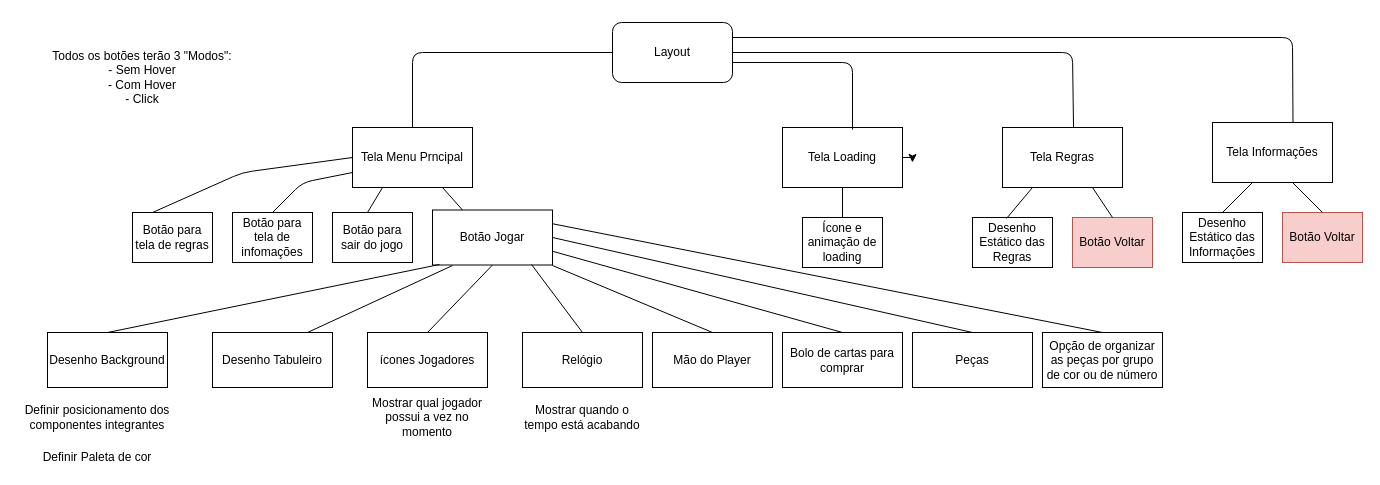
Before: Arquivos de gestão/Interface/EAP Interface.drawio in marcosousa-uff/Rummikuff, a draw.io diagram. Source tidied: cells renumbered, new cells numbered last; positions are measured from the earlier drawing's top-left corner, leaving out a move shared by most shapes. Both pictures are drawn from the tidied source at 100%, with x=0, y=0 at pixel (17, 17).
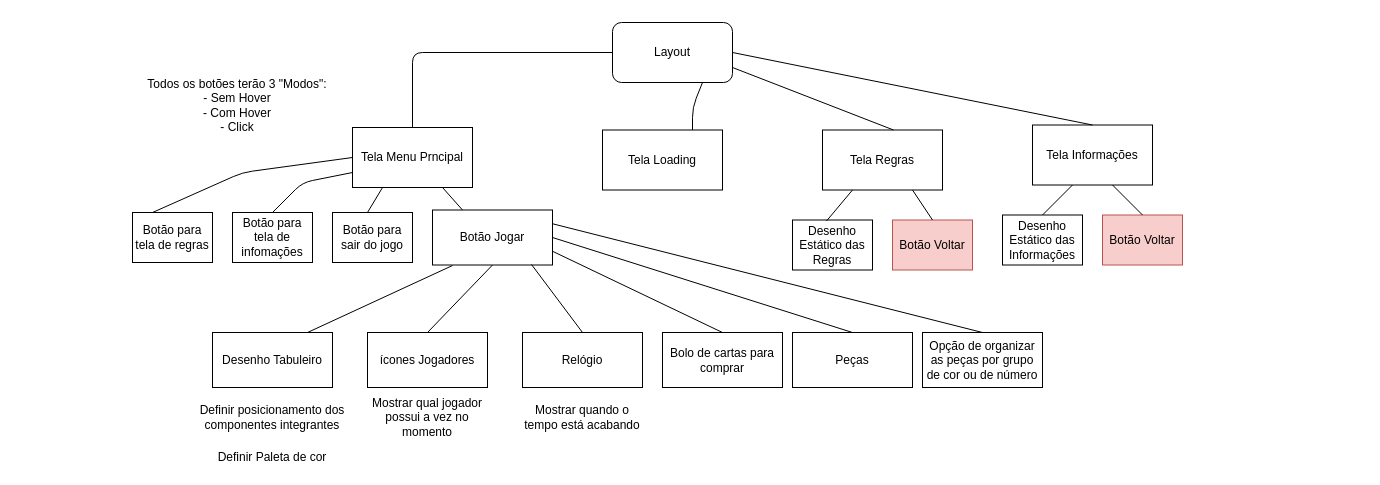
Above is the later version.

The change refers to these unchanged cells:
```xml
<mxCell id="2" value="Layout&lt;br&gt;" style="rounded=1;whiteSpace=wrap;html=1;" parent="1" vertex="1">
  <mxGeometry x="595" y="5" width="120" height="60" as="geometry" />
</mxCell>
<mxCell id="15" value="Botão Jogar&lt;br&gt;" style="rounded=0;whiteSpace=wrap;html=1;" parent="1" vertex="1">
  <mxGeometry x="415" y="192.5" width="120" height="55" as="geometry" />
</mxCell>
```

Change to the diagram source:
```diff
@@
     <mxCell id="4" value="Tela Loading" style="rounded=0;whiteSpace=wrap;html=1;" parent="1" vertex="1">
-      <mxGeometry x="765" y="110" width="120" height="60" as="geometry" />
+      <mxGeometry x="585" y="112.5" width="120" height="60" as="geometry" />
     </mxCell>
     <mxCell id="5" value="Tela Regras" style="rounded=0;whiteSpace=wrap;html=1;" parent="1" vertex="1">
-      <mxGeometry x="985" y="110" width="120" height="60" as="geometry" />
+      <mxGeometry x="805" y="112.5" width="120" height="60" as="geometry" />
     </mxCell>
     <mxCell id="6" value="Tela Informações" style="rounded=0;whiteSpace=wrap;html=1;" parent="1" vertex="1">
-      <mxGeometry x="1195" y="105" width="120" height="60" as="geometry" />
+      <mxGeometry x="1015" y="107.5" width="120" height="60" as="geometry" />
     </mxCell>
     <mxCell id="7" value="Desenho Estático das Informações&lt;br&gt;" style="rounded=0;whiteSpace=wrap;html=1;" parent="1" vertex="1">
-      <mxGeometry x="1165" y="195" width="80" height="50" as="geometry" />
+      <mxGeometry x="985" y="197.5" width="80" height="50" as="geometry" />
     </mxCell>
     <mxCell id="8" value="Botão Voltar&lt;br&gt;" style="rounded=0;whiteSpace=wrap;html=1;fillColor=#f8cecc;strokeColor=#b85450;" parent="1" vertex="1">
-      <mxGeometry x="1265" y="195" width="80" height="50" as="geometry" />
+      <mxGeometry x="1085" y="197.5" width="80" height="50" as="geometry" />
     </mxCell>
     <mxCell id="9" value="Desenho Estático das Regras&lt;br&gt;" style="rounded=0;whiteSpace=wrap;html=1;" parent="1" vertex="1">
-      <mxGeometry x="955" y="200" width="80" height="50" as="geometry" />
+      <mxGeometry x="775" y="202.5" width="80" height="50" as="geometry" />
     </mxCell>
     <mxCell id="10" value="Botão Voltar&lt;br&gt;" style="rounded=0;whiteSpace=wrap;html=1;fillColor=#f8cecc;strokeColor=#b85450;" parent="1" vertex="1">
-      <mxGeometry x="1055" y="200" width="80" height="50" as="geometry" />
+      <mxGeometry x="875" y="202.5" width="80" height="50" as="geometry" />
     </mxCell>
-    <mxCell id="11" value="Ícone e animação de loading&lt;br&gt;" style="rounded=0;whiteSpace=wrap;html=1;" parent="1" vertex="1">
-      <mxGeometry x="785" y="200" width="80" height="50" as="geometry" />
-    </mxCell>
@@
-    <mxCell id="19" value="Mão do Player&lt;br&gt;" style="rounded=0;whiteSpace=wrap;html=1;" parent="1" vertex="1">
-      <mxGeometry x="635" y="315" width="120" height="55" as="geometry" />
-    </mxCell>
     <mxCell id="20" value="Bolo de cartas para comprar&lt;br&gt;" style="rounded=0;whiteSpace=wrap;html=1;" parent="1" vertex="1">
-      <mxGeometry x="765" y="315" width="120" height="55" as="geometry" />
+      <mxGeometry x="645" y="315" width="120" height="55" as="geometry" />
     </mxCell>
-    <mxCell id="21" value="Desenho Background&lt;br&gt;" style="rounded=0;whiteSpace=wrap;html=1;" parent="1" vertex="1">
-      <mxGeometry x="30" y="315" width="120" height="55" as="geometry" />
-    </mxCell>
     <mxCell id="22" value="Peças&lt;br&gt;" style="rounded=0;whiteSpace=wrap;html=1;" parent="1" vertex="1">
-      <mxGeometry x="895" y="315" width="120" height="55" as="geometry" />
+      <mxGeometry x="775" y="315" width="120" height="55" as="geometry" />
     </mxCell>
@@
-    <mxCell id="24" style="endArrow=none;html=1;" parent="1" edge="1">
+    <mxCell id="24" style="endArrow=none;html=1;exitX=0.75;exitY=0;exitDx=0;exitDy=0;entryX=0.75;entryY=1;entryDx=0;entryDy=0;" parent="1" edge="1" source="4" target="2">
       <mxGeometry relative="1" as="geometry">
-        <mxPoint x="835" y="112" as="sourcePoint" />
-        <mxPoint x="715" y="45" as="targetPoint" />
         <Array as="points">
-          <mxPoint x="835" y="45" />
+          <mxPoint x="675" y="90" />
         </Array>
       </mxGeometry>
     </mxCell>
-    <mxCell id="25" style="endArrow=none;html=1;exitX=0.592;exitY=0;exitDx=0;exitDy=0;exitPerimeter=0;entryX=1;entryY=0.5;entryDx=0;entryDy=0;" parent="1" edge="1" source="5" target="2">
-      <mxGeometry relative="1" as="geometry">
-        <Array as="points">
-          <mxPoint x="1055" y="35" />
-        </Array>
-      </mxGeometry>
+    <mxCell id="25" style="endArrow=none;html=1;exitX=0.592;exitY=0;exitDx=0;exitDy=0;exitPerimeter=0;entryX=1;entryY=0.75;entryDx=0;entryDy=0;" parent="1" edge="1" source="5" target="2">
+      <mxGeometry relative="1" as="geometry" />
     </mxCell>
-    <mxCell id="26" style="endArrow=none;html=1;exitX=0.592;exitY=0;exitDx=0;exitDy=0;exitPerimeter=0;entryX=1;entryY=0.25;entryDx=0;entryDy=0;" parent="1" edge="1" target="2">
-      <mxGeometry relative="1" as="geometry">
-        <mxPoint x="1275.5" y="105" as="sourcePoint" />
-        <Array as="points">
-          <mxPoint x="1275" y="20" />
-        </Array>
-      </mxGeometry>
+    <mxCell id="26" style="endArrow=none;html=1;exitX=0.5;exitY=0;exitDx=0;exitDy=0;entryX=1;entryY=0.5;entryDx=0;entryDy=0;" parent="1" edge="1" source="6" target="2">
+      <mxGeometry relative="1" as="geometry" />
     </mxCell>
-    <mxCell id="27" style="endArrow=none;html=1;exitX=0.5;exitY=0;exitDx=0;exitDy=0;entryX=0.5;entryY=1;entryDx=0;entryDy=0;" parent="1" edge="1" source="11" target="4">
-      <mxGeometry relative="1" as="geometry" />
-    </mxCell>
@@
-    <mxCell id="29" style="edgeStyle=orthogonalEdgeStyle;rounded=0;orthogonalLoop=1;jettySize=auto;html=1;exitX=1;exitY=0.5;exitDx=0;exitDy=0;entryX=1.083;entryY=0.583;entryDx=0;entryDy=0;entryPerimeter=0;" parent="1" edge="1" source="4" target="4">
-      <mxGeometry relative="1" as="geometry" />
-    </mxCell>
@@
     <mxCell id="31" style="endArrow=none;html=1;exitX=0.5;exitY=0;exitDx=0;exitDy=0;" parent="1" edge="1" source="7">
       <mxGeometry relative="1" as="geometry">
-        <mxPoint x="1235" y="165" as="targetPoint" />
+        <mxPoint x="1055" y="167.5" as="targetPoint" />
       </mxGeometry>
     </mxCell>
     <mxCell id="32" style="endArrow=none;html=1;exitX=0.5;exitY=0;exitDx=0;exitDy=0;" parent="1" edge="1" source="8">
       <mxGeometry relative="1" as="geometry">
-        <mxPoint x="1275" y="165" as="targetPoint" />
+        <mxPoint x="1095" y="167.5" as="targetPoint" />
       </mxGeometry>
     </mxCell>
@@
-    <mxCell id="37" style="endArrow=none;html=1;entryX=0.058;entryY=0.991;entryDx=0;entryDy=0;entryPerimeter=0;exitX=0.5;exitY=0;exitDx=0;exitDy=0;" parent="1" edge="1" source="21" target="15">
-      <mxGeometry relative="1" as="geometry" />
-    </mxCell>
@@
-    <mxCell id="41" style="endArrow=none;html=1;entryX=1;entryY=1.009;entryDx=0;entryDy=0;exitX=0.5;exitY=0;exitDx=0;exitDy=0;entryPerimeter=0;" parent="1" edge="1" source="19" target="15">
-      <mxGeometry relative="1" as="geometry" />
-    </mxCell>
@@
     <mxCell id="44" value="&lt;span&gt;Definir posicionamento dos componentes integrantes&lt;/span&gt;" style="text;html=1;strokeColor=none;fillColor=none;align=center;verticalAlign=middle;whiteSpace=wrap;rounded=0;" parent="1" vertex="1">
-      <mxGeometry y="380" width="160" height="40" as="geometry" />
+      <mxGeometry x="175" y="380" width="160" height="40" as="geometry" />
     </mxCell>
     <mxCell id="45" value="Definir Paleta de cor" style="text;html=1;strokeColor=none;fillColor=none;align=center;verticalAlign=middle;whiteSpace=wrap;rounded=0;" parent="1" vertex="1">
-      <mxGeometry x="20" y="430" width="120" height="20" as="geometry" />
+      <mxGeometry x="195" y="430" width="120" height="20" as="geometry" />
     </mxCell>
@@
     <mxCell id="48" value="Opção de organizar as peças por grupo de cor ou de número&lt;br&gt;" style="rounded=0;whiteSpace=wrap;html=1;" parent="1" vertex="1">
-      <mxGeometry x="1025" y="315" width="120" height="55" as="geometry" />
+      <mxGeometry x="905" y="315" width="120" height="55" as="geometry" />
     </mxCell>
@@
     <mxCell id="50" value="Todos os botões terão 3 &quot;Modos&quot;:&lt;br&gt;- Sem Hover&lt;br&gt;- Com Hover&lt;br&gt;- Click&lt;br&gt;" style="text;html=1;strokeColor=none;fillColor=none;align=center;verticalAlign=middle;whiteSpace=wrap;rounded=0;" parent="1" vertex="1">
-      <mxGeometry width="250" height="120" as="geometry" />
+      <mxGeometry x="120" y="50" width="200" height="75" as="geometry" />
     </mxCell>
```
